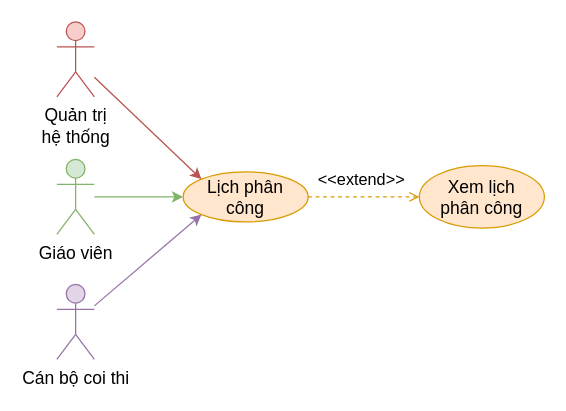
Earlier version of the draw.io diagram document/temp/draw/usecase_phanra/usecase_lichphancong.drawio (copecute/Edudex-Quiz). Source tidied: cells renumbered, new cells numbered last; positions are measured from the earlier drawing's top-left corner, leaving out a move shared by most shapes. Both pictures are drawn from the tidied source at 125%, with x=0, y=0 at pixel (56, 21).
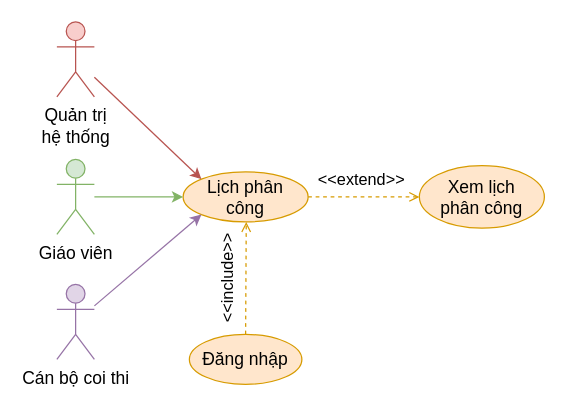
After the change.

What changed in the source:
```diff
@@
 <mxGraphModel>
   <root>
     <mxCell id="0" />
     <mxCell id="1" parent="0" />
     <mxCell id="2" style="edgeStyle=orthogonalEdgeStyle;rounded=0;jettySize=auto;html=1;entryX=0;entryY=0.5;entryDx=0;entryDy=0;fillColor=#ffe6cc;strokeColor=#d79b00;dashed=1;endArrow=open;endFill=0;" parent="1" edge="1" source="3" target="10">
       <mxGeometry relative="1" as="geometry" />
     </mxCell>
     <mxCell id="3" value="Lịch phân&lt;br&gt;công" style="ellipse;whiteSpace=wrap;html=1;fillColor=#ffe6cc;strokeColor=#d79b00;fontSize=14;" parent="1" vertex="1">
       <mxGeometry x="101" y="120" width="100" height="40" as="geometry" />
     </mxCell>
     <mxCell id="4" style="rounded=0;jettySize=auto;html=1;entryX=0;entryY=0;entryDx=0;entryDy=0;fillColor=#f8cecc;strokeColor=#b85450;fontSize=14;" parent="1" edge="1" source="5" target="3">
       <mxGeometry relative="1" as="geometry" />
     </mxCell>
     <mxCell id="5" value="Quản trị&lt;br&gt;hệ thống" style="shape=umlActor;verticalLabelPosition=bottom;verticalAlign=top;html=1;outlineConnect=0;fillColor=#f8cecc;strokeColor=#b85450;fontSize=14;" parent="1" vertex="1">
       <mxGeometry width="30" height="60" as="geometry" />
     </mxCell>
     <mxCell id="6" style="rounded=0;jettySize=auto;html=1;entryX=0;entryY=0.5;entryDx=0;entryDy=0;fillColor=#d5e8d4;strokeColor=#82b366;fontSize=14;" parent="1" edge="1" source="7" target="3">
       <mxGeometry relative="1" as="geometry" />
     </mxCell>
     <mxCell id="7" value="Giáo viên" style="shape=umlActor;verticalLabelPosition=bottom;verticalAlign=top;html=1;outlineConnect=0;fillColor=#d5e8d4;strokeColor=#82b366;fontSize=14;" parent="1" vertex="1">
       <mxGeometry y="110" width="30" height="60" as="geometry" />
     </mxCell>
     <mxCell id="8" style="rounded=0;jettySize=auto;html=1;entryX=0;entryY=1;entryDx=0;entryDy=0;fillColor=#e1d5e7;strokeColor=#9673a6;" parent="1" edge="1" source="9" target="3">
       <mxGeometry relative="1" as="geometry" />
     </mxCell>
     <mxCell id="9" value="Cán bộ coi thi" style="shape=umlActor;verticalLabelPosition=bottom;verticalAlign=top;html=1;outlineConnect=0;fillColor=#e1d5e7;strokeColor=#9673a6;fontSize=14;" parent="1" vertex="1">
       <mxGeometry y="210" width="30" height="60" as="geometry" />
     </mxCell>
     <mxCell id="10" value="Xem lịch&lt;br style=&quot;border-color: var(--border-color);&quot;&gt;phân công" style="ellipse;whiteSpace=wrap;html=1;fillColor=#ffe6cc;strokeColor=#d79b00;fontSize=14;" parent="1" vertex="1">
       <mxGeometry x="290" y="115" width="100" height="50" as="geometry" />
     </mxCell>
     <mxCell id="11" value="&amp;lt;&amp;lt;extend&amp;gt;&amp;gt;" style="text;html=1;strokeColor=none;fillColor=none;align=center;verticalAlign=middle;whiteSpace=wrap;rounded=0;rotation=0;fontSize=13;" parent="1" vertex="1">
       <mxGeometry x="214" y="111" width="60" height="30" as="geometry" />
     </mxCell>
+    <mxCell id="12" style="rounded=0;jettySize=auto;html=1;exitX=0.5;exitY=0;exitDx=0;exitDy=0;entryX=0.5;entryY=1;entryDx=0;entryDy=0;fillColor=#ffe6cc;strokeColor=#d79b00;endArrow=open;endFill=0;dashed=1;" parent="1" edge="1" source="13">
+      <mxGeometry relative="1" as="geometry">
+        <mxPoint x="151.5" y="160" as="targetPoint" />
+      </mxGeometry>
+    </mxCell>
+    <mxCell id="13" value="Đăng nhập" style="ellipse;whiteSpace=wrap;html=1;fillColor=#ffe6cc;strokeColor=#d79b00;fontSize=14;" parent="1" vertex="1">
+      <mxGeometry x="106" y="250" width="90" height="40" as="geometry" />
+    </mxCell>
+    <mxCell id="14" value="&lt;font style=&quot;font-size: 13px;&quot;&gt;&amp;lt;&amp;lt;include&amp;gt;&amp;gt;&lt;/font&gt;" style="text;html=1;strokeColor=none;fillColor=none;align=center;verticalAlign=middle;whiteSpace=wrap;rounded=0;rotation=-90;fontSize=13;" parent="1" vertex="1">
+      <mxGeometry x="106" y="190" width="60" height="30" as="geometry" />
+    </mxCell>
   </root>
 </mxGraphModel>
```
